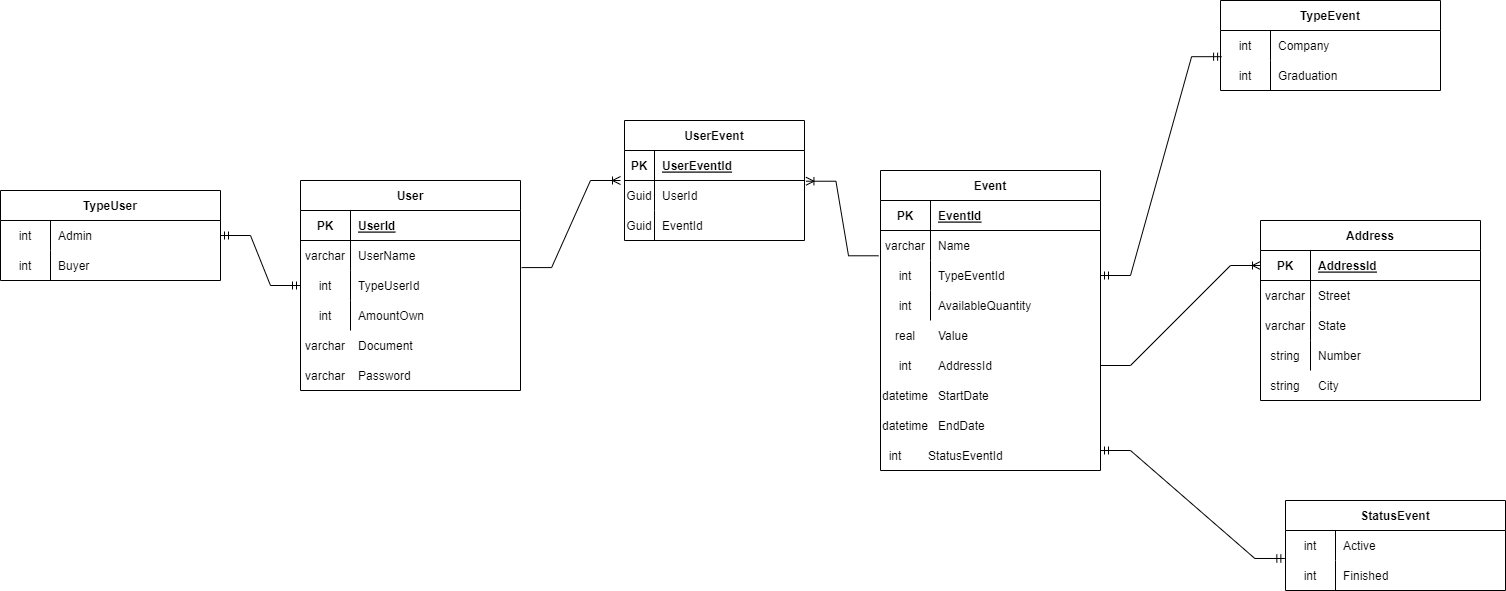
This is assets/diagram.png from FelipeDias28/Ingresso, a draw.io export, as it was before one commit. Source tidied: cells renumbered, new cells last; positions are measured from the earlier drawing's top-left corner, leaving out a move shared by most shapes.
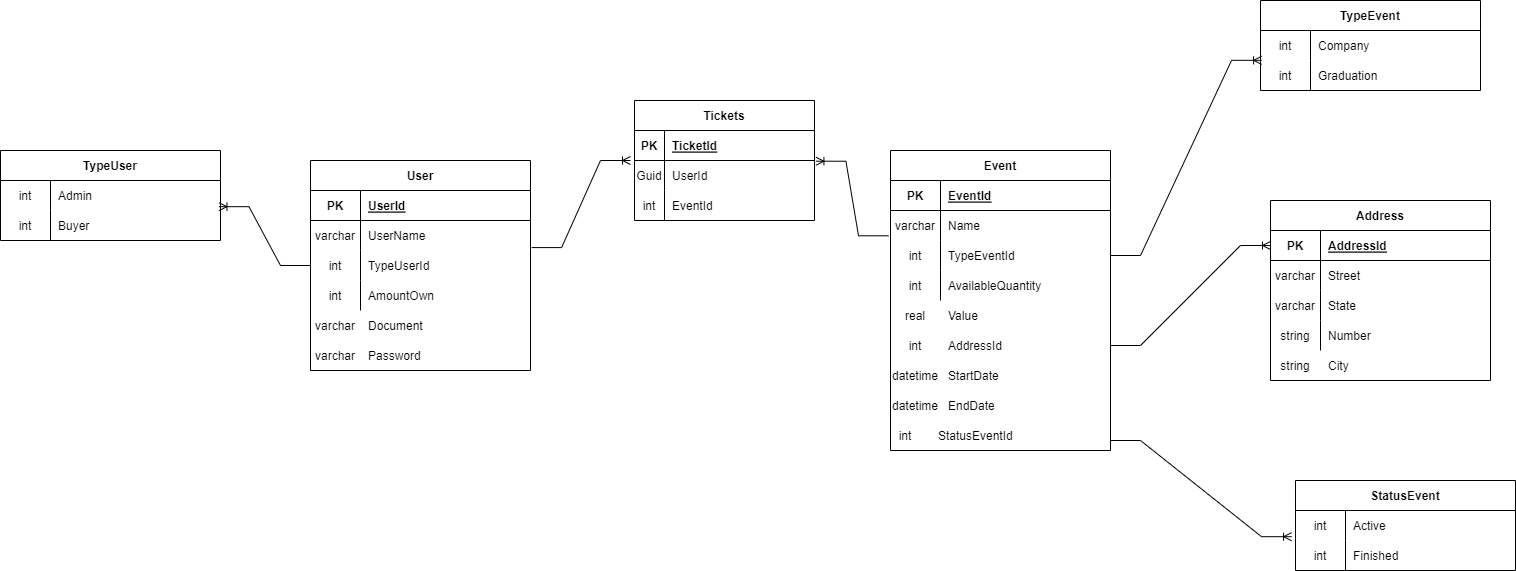
The same diagram one commit later.

Change to the diagram source:
```diff
@@ -81,7 +81,7 @@
       <mxGeometry x="50" width="170" height="30" as="geometry" />
     </mxCell>
     <mxCell id="28" value="TypeUser" style="shape=table;startSize=30;rowLines=0;fontStyle=1;align=center;" parent="1" vertex="1">
-      <mxGeometry y="190" width="220" height="90" as="geometry" />
+      <mxGeometry x="-10" y="170" width="220" height="90" as="geometry" />
     </mxCell>
     <mxCell id="29" style="shape=tableRow;horizontal=0;startSize=0;swimlaneHead=0;swimlaneBody=0;fillColor=none;points=[[0,0.5],[1,0.5]];portConstraint=eastwest;top=0;left=0;right=0;bottom=0;" parent="28" vertex="1">
       <mxGeometry y="30" width="220" height="30" as="geometry" />
@@ -101,7 +101,7 @@
     <mxCell id="34" value="Buyer" style="shape=partialRectangle;fillColor=none;top=0;left=0;bottom=0;right=0;align=left;spacingLeft=6;overflow=hidden;" parent="32" vertex="1">
       <mxGeometry x="50" width="170" height="30" as="geometry" />
     </mxCell>
-    <mxCell id="35" value="UserEvent" style="shape=table;startSize=30;rowLines=0;fontStyle=1;align=center;" parent="1" vertex="1">
+    <mxCell id="35" value="Tickets" style="shape=table;startSize=30;rowLines=0;fontStyle=1;align=center;" parent="1" vertex="1">
       <mxGeometry x="624" y="120" width="180" height="120" as="geometry" />
     </mxCell>
     <mxCell id="36" style="shape=tableRow;horizontal=0;startSize=0;swimlaneHead=0;swimlaneBody=0;fillColor=none;top=0;left=0;right=0;bottom=1;" parent="35" vertex="1">
@@ -110,7 +110,7 @@
     <mxCell id="37" value="PK" style="shape=partialRectangle;fillColor=none;top=0;left=0;bottom=0;right=0;fontStyle=1;overflow=hidden;" parent="36" vertex="1">
       <mxGeometry width="30" height="30" as="geometry" />
     </mxCell>
-    <mxCell id="38" value="UserEventId" style="shape=partialRectangle;fillColor=none;top=0;left=0;bottom=0;right=0;align=left;spacingLeft=6;fontStyle=5;overflow=hidden;" parent="36" vertex="1">
+    <mxCell id="38" value="TicketId" style="shape=partialRectangle;fillColor=none;top=0;left=0;bottom=0;right=0;align=left;spacingLeft=6;fontStyle=5;overflow=hidden;" parent="36" vertex="1">
       <mxGeometry x="30" width="150" height="30" as="geometry" />
     </mxCell>
     <mxCell id="39" style="shape=tableRow;horizontal=0;startSize=0;swimlaneHead=0;swimlaneBody=0;fillColor=none;points=[[0,0.5],[1,0.5]];portConstraint=eastwest;top=0;left=0;right=0;bottom=0;" parent="35" vertex="1">
@@ -125,14 +125,14 @@
     <mxCell id="42" style="shape=tableRow;horizontal=0;startSize=0;swimlaneHead=0;swimlaneBody=0;fillColor=none;top=0;left=0;right=0;bottom=0;" parent="35" vertex="1">
       <mxGeometry y="90" width="180" height="30" as="geometry" />
     </mxCell>
-    <mxCell id="43" value="Guid" style="shape=partialRectangle;fillColor=none;top=0;left=0;bottom=0;right=0;overflow=hidden;" parent="42" vertex="1">
+    <mxCell id="43" value="int" style="shape=partialRectangle;fillColor=none;top=0;left=0;bottom=0;right=0;overflow=hidden;" parent="42" vertex="1">
       <mxGeometry width="30" height="30" as="geometry" />
     </mxCell>
     <mxCell id="44" value="EventId" style="shape=partialRectangle;fillColor=none;top=0;left=0;bottom=0;right=0;align=left;spacingLeft=6;overflow=hidden;" parent="42" vertex="1">
       <mxGeometry x="30" width="150" height="30" as="geometry" />
     </mxCell>
     <mxCell id="45" value="TypeEvent" style="shape=table;startSize=30;rowLines=0;fontStyle=1;align=center;" parent="1" vertex="1">
-      <mxGeometry x="1220" width="220" height="90" as="geometry" />
+      <mxGeometry x="1250" y="20" width="220" height="90" as="geometry" />
     </mxCell>
     <mxCell id="46" style="shape=tableRow;horizontal=0;startSize=0;swimlaneHead=0;swimlaneBody=0;fillColor=none;top=0;left=0;right=0;bottom=0;" parent="45" vertex="1">
       <mxGeometry y="30" width="220" height="30" as="geometry" />
@@ -160,12 +160,6 @@
     <mxCell id="53" style="edgeStyle=entityRelationEdgeStyle;fontSize=12;html=1;endArrow=ERoneToMany;rounded=0;exitX=-0.009;exitY=0.843;exitDx=0;exitDy=0;exitPerimeter=0;entryX=1.008;entryY=0.024;entryDx=0;entryDy=0;entryPerimeter=0;" parent="1" edge="1" source="19" target="39">
       <mxGeometry relative="1" as="geometry" />
     </mxCell>
-    <mxCell id="54" style="edgeStyle=entityRelationEdgeStyle;fontSize=12;html=1;endArrow=ERmandOne;startArrow=ERmandOne;rounded=0;exitX=1;exitY=0.5;exitDx=0;exitDy=0;entryX=0;entryY=0.5;entryDx=0;entryDy=0;" parent="1" edge="1" source="29" target="9">
-      <mxGeometry relative="1" as="geometry" />
-    </mxCell>
-    <mxCell id="55" style="edgeStyle=entityRelationEdgeStyle;fontSize=12;html=1;endArrow=ERmandOne;startArrow=ERmandOne;rounded=0;entryX=0.005;entryY=-0.127;entryDx=0;entryDy=0;entryPerimeter=0;exitX=1;exitY=0.5;exitDx=0;exitDy=0;" parent="1" edge="1" source="22" target="49">
-      <mxGeometry relative="1" as="geometry" />
-    </mxCell>
     <mxCell id="56" style="shape=tableRow;horizontal=0;startSize=0;swimlaneHead=0;swimlaneBody=0;fillColor=none;top=0;left=0;right=0;bottom=0;" parent="1" vertex="1">
       <mxGeometry x="880" y="320" width="220" height="30" as="geometry" />
     </mxCell>
@@ -250,11 +244,6 @@
     <mxCell id="83" value="Finished" style="shape=partialRectangle;fillColor=none;top=0;left=0;bottom=0;right=0;align=left;spacingLeft=6;overflow=hidden;" parent="81" vertex="1">
       <mxGeometry x="50" width="170" height="30" as="geometry" />
     </mxCell>
-    <mxCell id="84" style="edgeStyle=entityRelationEdgeStyle;fontSize=12;html=1;endArrow=ERmandOne;startArrow=ERmandOne;rounded=0;entryX=-0.003;entryY=-0.067;entryDx=0;entryDy=0;entryPerimeter=0;" parent="1" edge="1" target="81">
-      <mxGeometry relative="1" as="geometry">
-        <mxPoint x="1100" y="450" as="sourcePoint" />
-      </mxGeometry>
-    </mxCell>
     <mxCell id="85" value="Address" style="shape=table;startSize=30;rowLines=0;fontStyle=1;align=center;" parent="1" vertex="1">
       <mxGeometry x="1260" y="220" width="220" height="180" as="geometry" />
     </mxCell>
@@ -303,5 +292,16 @@
     <mxCell id="100" style="edgeStyle=entityRelationEdgeStyle;fontSize=12;html=1;endArrow=ERoneToMany;rounded=0;exitX=1;exitY=0.5;exitDx=0;exitDy=0;entryX=0;entryY=0.5;entryDx=0;entryDy=0;" parent="1" edge="1" source="65" target="86">
       <mxGeometry relative="1" as="geometry" />
     </mxCell>
+    <mxCell id="101" style="edgeStyle=entityRelationEdgeStyle;fontSize=12;html=1;endArrow=ERoneToMany;rounded=0;entryX=-0.018;entryY=0.873;entryDx=0;entryDy=0;entryPerimeter=0;" parent="1" edge="1" target="78">
+      <mxGeometry relative="1" as="geometry">
+        <mxPoint x="1100" y="460" as="sourcePoint" />
+      </mxGeometry>
+    </mxCell>
+    <mxCell id="55" style="edgeStyle=entityRelationEdgeStyle;fontSize=12;html=1;endArrow=ERoneToMany;rounded=0;entryX=0.005;entryY=-0.006;entryDx=0;entryDy=0;entryPerimeter=0;exitX=1;exitY=0.5;exitDx=0;exitDy=0;" parent="1" edge="1" source="22" target="49">
+      <mxGeometry relative="1" as="geometry" />
+    </mxCell>
+    <mxCell id="102" style="edgeStyle=entityRelationEdgeStyle;fontSize=12;html=1;endArrow=ERoneToMany;rounded=0;entryX=0.993;entryY=-0.127;entryDx=0;entryDy=0;entryPerimeter=0;exitX=0;exitY=0.5;exitDx=0;exitDy=0;" parent="1" edge="1" source="9" target="32">
+      <mxGeometry relative="1" as="geometry" />
+    </mxCell>
   </root>
 </mxGraphModel>
```
